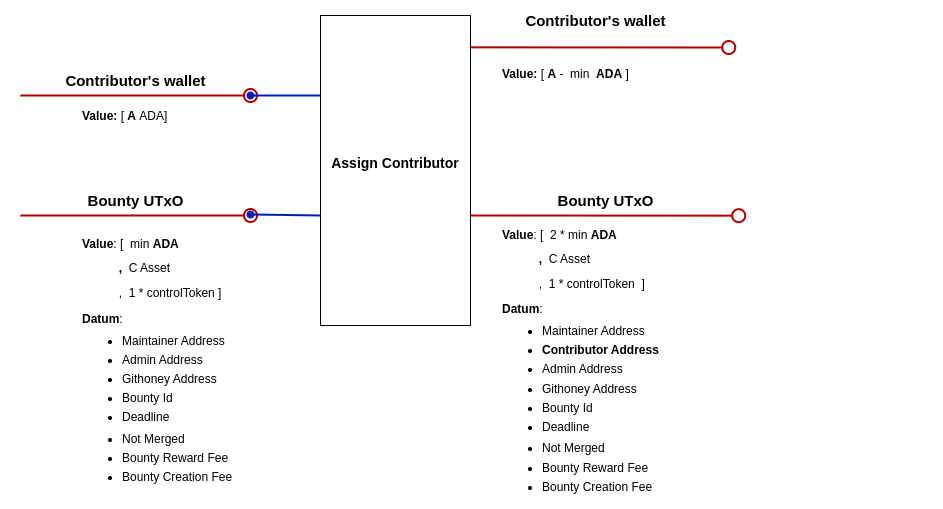
githoney-io/githoney-smart-contract keeps this draw.io diagram as docs/img/assignContributor.png. Above is the earlier version. Source tidied: cells renumbered, new cells last; positions are measured from the earlier drawing's top-left corner, leaving out a move shared by most shapes.
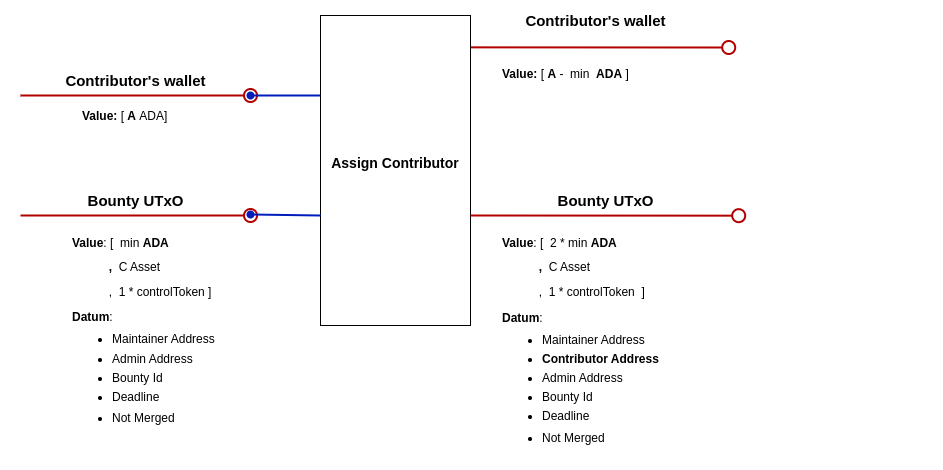
After the change.

Diff of the diagram source:
```diff
@@ -41,9 +41,6 @@
         <mxPoint x="718.2" y="210.2" as="targetPoint" />
       </mxGeometry>
     </mxCell>
-    <mxCell id="11" value="&lt;p style=&quot;line-height: 100%;&quot;&gt;&lt;b&gt;Value&lt;/b&gt;: [&amp;nbsp; min&lt;b&gt;&amp;nbsp;ADA&lt;/b&gt;&lt;/p&gt;&lt;p style=&quot;line-height: 100%;&quot;&gt;&lt;b&gt;&lt;span style=&quot;white-space: pre;&quot;&gt;&#9;&lt;/span&gt;&amp;nbsp; &amp;nbsp;,&amp;nbsp; &lt;/b&gt;C Asset&lt;br&gt;&lt;/p&gt;&lt;span style=&quot;background-color: initial;&quot;&gt;&amp;nbsp; &amp;nbsp; &amp;nbsp; &amp;nbsp; &amp;nbsp; &amp;nbsp;,&amp;nbsp; 1 * controlToken&lt;/span&gt;&lt;b style=&quot;background-color: initial;&quot;&gt;&amp;nbsp;&lt;/b&gt;&lt;span style=&quot;background-color: initial;&quot;&gt;]&amp;nbsp;&lt;/span&gt;&lt;div&gt;&lt;p style=&quot;line-height: 100%;&quot;&gt;&lt;b&gt;Datum&lt;/b&gt;:&lt;/p&gt;&lt;ul style=&quot;line-height: 80%;&quot;&gt;&lt;li&gt;Maintainer Address&lt;br&gt;&lt;/li&gt;&lt;br&gt;&lt;li&gt;Admin Address&amp;nbsp; &amp;nbsp; &amp;nbsp;&lt;br&gt;&lt;br&gt;&lt;/li&gt;&lt;li&gt;Githoney Address&amp;nbsp; &amp;nbsp; &amp;nbsp;&amp;nbsp;&lt;br&gt;&lt;br&gt;&lt;/li&gt;&lt;li&gt;Bounty Id&lt;br&gt;&amp;nbsp; &amp;nbsp; &amp;nbsp;&lt;/li&gt;&lt;li&gt;Deadline&lt;/li&gt;&lt;/ul&gt;&lt;ul style=&quot;line-height: 80%;&quot;&gt;&lt;li&gt;Not Merged&lt;br&gt;&lt;br&gt;&lt;/li&gt;&lt;li&gt;Bounty Reward Fee&lt;br&gt;&lt;br&gt;&lt;/li&gt;&lt;li&gt;Bounty Creation Fee&lt;/li&gt;&lt;/ul&gt;&lt;p&gt;&lt;/p&gt;&lt;/div&gt;" style="text;html=1;strokeColor=none;fillColor=none;align=left;verticalAlign=middle;whiteSpace=wrap;rounded=0;" parent="1" vertex="1">
-      <mxGeometry x="60" y="230" width="437.4" height="250" as="geometry" />
-    </mxCell>
     <mxCell id="12" value="&lt;font style=&quot;font-size: 15px;&quot;&gt;&lt;b style=&quot;font-size: 12px;&quot;&gt;&lt;font style=&quot;font-size: 15px;&quot;&gt;Contributor's wallet&lt;/font&gt;&lt;/b&gt;&lt;b&gt;&lt;br&gt;&lt;/b&gt;&lt;/font&gt;" style="text;html=1;align=center;verticalAlign=middle;strokeColor=none;fillColor=none;" parent="1" vertex="1">
       <mxGeometry x="495.2" width="160" height="30" as="geometry" />
     </mxCell>
@@ -62,8 +59,11 @@
     <mxCell id="15" value="&lt;font style=&quot;font-size: 15px;&quot;&gt;&lt;b&gt;Bounty UTxO&lt;/b&gt;&lt;/font&gt;" style="text;html=1;align=center;verticalAlign=middle;strokeColor=none;fillColor=none;" parent="1" vertex="1">
       <mxGeometry x="55" y="180" width="120" height="30" as="geometry" />
     </mxCell>
-    <mxCell id="16" value="&lt;p style=&quot;line-height: 100%;&quot;&gt;&lt;b&gt;Value&lt;/b&gt;: [&amp;nbsp; 2 * min&lt;b&gt;&amp;nbsp;ADA&lt;/b&gt;&lt;/p&gt;&lt;p style=&quot;line-height: 100%;&quot;&gt;&lt;b&gt;&lt;span style=&quot;white-space: pre;&quot;&gt;&#9;&lt;/span&gt;&amp;nbsp; &amp;nbsp;,&amp;nbsp; &lt;/b&gt;C Asset&lt;br&gt;&lt;/p&gt;&lt;span style=&quot;background-color: initial;&quot;&gt;&amp;nbsp; &amp;nbsp; &amp;nbsp; &amp;nbsp; &amp;nbsp; &amp;nbsp;,&amp;nbsp; 1 * controlToken&lt;/span&gt;&lt;b style=&quot;background-color: initial;&quot;&gt;&amp;nbsp;&amp;nbsp;&lt;/b&gt;&lt;span style=&quot;background-color: initial;&quot;&gt;]&amp;nbsp;&lt;/span&gt;&lt;div&gt;&lt;div&gt;&lt;p style=&quot;line-height: 100%;&quot;&gt;&lt;b&gt;Datum&lt;/b&gt;:&lt;/p&gt;&lt;ul style=&quot;line-height: 80%;&quot;&gt;&lt;li&gt;Maintainer Address&lt;br&gt;&lt;br&gt;&lt;/li&gt;&lt;li&gt;&lt;b&gt;Contributor Address&lt;/b&gt;&lt;/li&gt;&lt;br&gt;&lt;li&gt;Admin Address&amp;nbsp; &amp;nbsp; &amp;nbsp;&lt;br&gt;&lt;br&gt;&lt;/li&gt;&lt;li&gt;Githoney Address&amp;nbsp; &amp;nbsp; &amp;nbsp;&amp;nbsp;&lt;br&gt;&amp;nbsp; &amp;nbsp; &amp;nbsp;&lt;/li&gt;&lt;li&gt;Bounty Id&lt;br&gt;&lt;br&gt;&lt;/li&gt;&lt;li&gt;Deadline&lt;/li&gt;&lt;/ul&gt;&lt;ul style=&quot;line-height: 80%;&quot;&gt;&lt;li&gt;Not Merged&lt;br&gt;&lt;br&gt;&lt;/li&gt;&lt;li&gt;Bounty Reward Fee&lt;br&gt;&lt;br&gt;&lt;/li&gt;&lt;li&gt;Bounty Creation Fee&lt;/li&gt;&lt;/ul&gt;&lt;p&gt;&lt;/p&gt;&lt;/div&gt;&lt;/div&gt;" style="text;html=1;strokeColor=none;fillColor=none;align=left;verticalAlign=middle;whiteSpace=wrap;rounded=0;" parent="1" vertex="1">
-      <mxGeometry x="480" y="230" width="437.4" height="250" as="geometry" />
+    <mxCell id="16" value="&lt;p style=&quot;line-height: 100%;&quot;&gt;&lt;b&gt;Value&lt;/b&gt;: [&amp;nbsp; 2 * min&lt;b&gt;&amp;nbsp;ADA&lt;/b&gt;&lt;/p&gt;&lt;p style=&quot;line-height: 100%;&quot;&gt;&lt;b&gt;&lt;span style=&quot;white-space: pre;&quot;&gt;&#9;&lt;/span&gt;&amp;nbsp; &amp;nbsp;,&amp;nbsp; &lt;/b&gt;C Asset&lt;br&gt;&lt;/p&gt;&lt;span style=&quot;background-color: initial;&quot;&gt;&amp;nbsp; &amp;nbsp; &amp;nbsp; &amp;nbsp; &amp;nbsp; &amp;nbsp;,&amp;nbsp; 1 * controlToken&lt;/span&gt;&lt;b style=&quot;background-color: initial;&quot;&gt;&amp;nbsp;&amp;nbsp;&lt;/b&gt;&lt;span style=&quot;background-color: initial;&quot;&gt;]&amp;nbsp;&lt;/span&gt;&lt;div&gt;&lt;p style=&quot;line-height: 100%;&quot;&gt;&lt;b&gt;Datum&lt;/b&gt;:&lt;/p&gt;&lt;ul style=&quot;line-height: 80%;&quot;&gt;&lt;li&gt;Maintainer Address&lt;br&gt;&lt;br&gt;&lt;/li&gt;&lt;li&gt;&lt;b&gt;Contributor Address&lt;/b&gt;&lt;/li&gt;&lt;br&gt;&lt;li&gt;Admin Address&amp;nbsp; &amp;nbsp; &amp;nbsp;&amp;nbsp;&amp;nbsp;&lt;br&gt;&lt;br&gt;&lt;/li&gt;&lt;li&gt;Bounty Id&lt;br&gt;&lt;br&gt;&lt;/li&gt;&lt;li&gt;Deadline&lt;/li&gt;&lt;/ul&gt;&lt;ul style=&quot;line-height: 80%;&quot;&gt;&lt;li&gt;Not Merged&lt;br&gt;&lt;/li&gt;&lt;/ul&gt;&lt;p&gt;&lt;/p&gt;&lt;/div&gt;" style="text;html=1;strokeColor=none;fillColor=none;align=left;verticalAlign=middle;whiteSpace=wrap;rounded=0;" parent="1" vertex="1">
+      <mxGeometry x="480" y="210" width="437.4" height="250" as="geometry" />
     </mxCell>
+    <mxCell id="17" value="&lt;p style=&quot;line-height: 100%;&quot;&gt;&lt;b&gt;Value&lt;/b&gt;: [&amp;nbsp; min&lt;b&gt;&amp;nbsp;ADA&lt;/b&gt;&lt;/p&gt;&lt;p style=&quot;line-height: 100%;&quot;&gt;&lt;b&gt;&lt;span style=&quot;white-space: pre;&quot;&gt;&#9;&lt;/span&gt;&amp;nbsp; &amp;nbsp;,&amp;nbsp; &lt;/b&gt;C Asset&lt;br&gt;&lt;/p&gt;&lt;span style=&quot;background-color: initial;&quot;&gt;&amp;nbsp; &amp;nbsp; &amp;nbsp; &amp;nbsp; &amp;nbsp; &amp;nbsp;,&amp;nbsp; 1 * controlToken&lt;/span&gt;&lt;b style=&quot;background-color: initial;&quot;&gt;&amp;nbsp;&lt;/b&gt;&lt;span style=&quot;background-color: initial;&quot;&gt;]&amp;nbsp;&lt;/span&gt;&lt;div&gt;&lt;p style=&quot;line-height: 100%;&quot;&gt;&lt;b&gt;Datum&lt;/b&gt;:&lt;/p&gt;&lt;ul style=&quot;line-height: 80%;&quot;&gt;&lt;li&gt;Maintainer Address&lt;br&gt;&lt;/li&gt;&lt;br&gt;&lt;li&gt;Admin Address&amp;nbsp; &amp;nbsp; &amp;nbsp; &amp;nbsp; &amp;nbsp;&lt;br&gt;&lt;br&gt;&lt;/li&gt;&lt;li&gt;Bounty Id&lt;br&gt;&lt;br&gt;&lt;/li&gt;&lt;li&gt;Deadline&lt;/li&gt;&lt;/ul&gt;&lt;ul style=&quot;line-height: 80%;&quot;&gt;&lt;li&gt;Not Merged&lt;br&gt;&lt;/li&gt;&lt;/ul&gt;&lt;p&gt;&lt;/p&gt;&lt;/div&gt;" style="text;html=1;strokeColor=none;fillColor=none;align=left;verticalAlign=middle;whiteSpace=wrap;rounded=0;" parent="1" vertex="1">
+      <mxGeometry x="50" y="200" width="437.4" height="250" as="geometry" />
+    </mxCell>
   </root>
 </mxGraphModel>
```
